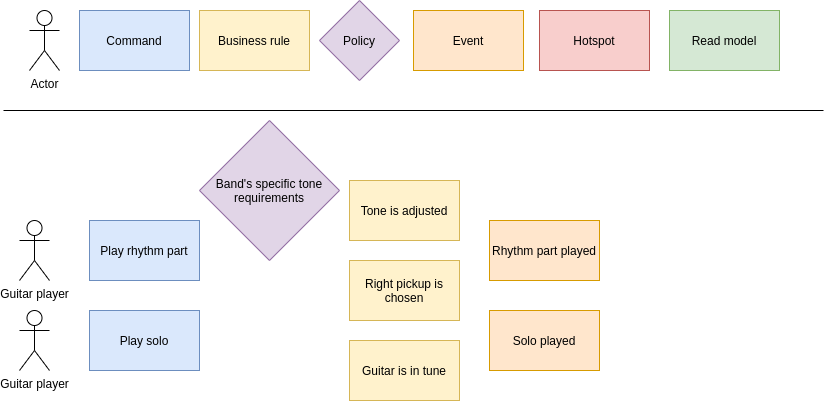
Above: guitar_dles.png in breader124/ddd-building-blocks (draw.io), before the change. Source tidied: cells renumbered, new cells last; positions are measured from the earlier drawing's top-left corner, leaving out a move shared by most shapes. The source it was exported from:
```xml
<mxGraphModel>
  <root>
    <mxCell id="0" />
    <mxCell id="1" parent="0" />
    <mxCell id="2" value="Command" style="rounded=0;whiteSpace=wrap;html=1;fillColor=#dae8fc;strokeColor=#6c8ebf;flipH=0;" parent="1" vertex="1">
      <mxGeometry x="76" y="10" width="110" height="60" as="geometry" />
    </mxCell>
    <mxCell id="3" value="Event" style="rounded=0;whiteSpace=wrap;html=1;fillColor=#ffe6cc;strokeColor=#d79b00;flipH=0;" parent="1" vertex="1">
      <mxGeometry x="410" y="10" width="110" height="60" as="geometry" />
    </mxCell>
    <mxCell id="4" value="Policy" style="rhombus;whiteSpace=wrap;html=1;fillColor=#e1d5e7;strokeColor=#9673a6;flipH=0;" parent="1" vertex="1">
      <mxGeometry x="316" width="80" height="80" as="geometry" />
    </mxCell>
    <mxCell id="5" value="Actor" style="shape=umlActor;verticalLabelPosition=bottom;verticalAlign=top;html=1;flipH=0;" parent="1" vertex="1">
      <mxGeometry x="26" y="10" width="30" height="60" as="geometry" />
    </mxCell>
    <mxCell id="6" value="Hotspot" style="rounded=0;whiteSpace=wrap;html=1;fillColor=#f8cecc;strokeColor=#b85450;flipH=0;" parent="1" vertex="1">
      <mxGeometry x="536" y="10" width="110" height="60" as="geometry" />
    </mxCell>
    <mxCell id="7" value="Business rule" style="rounded=0;whiteSpace=wrap;html=1;fillColor=#fff2cc;strokeColor=#d6b656;flipH=0;" parent="1" vertex="1">
      <mxGeometry x="196" y="10" width="110" height="60" as="geometry" />
    </mxCell>
    <mxCell id="8" style="endArrow=none;html=1;" parent="1" edge="1">
      <mxGeometry relative="1" as="geometry">
        <mxPoint y="110" as="sourcePoint" />
        <mxPoint x="820" y="110" as="targetPoint" />
      </mxGeometry>
    </mxCell>
    <mxCell id="9" value="Tone is adjusted" style="rounded=0;whiteSpace=wrap;html=1;fillColor=#fff2cc;strokeColor=#d6b656;flipH=0;" parent="1" vertex="1">
      <mxGeometry x="346" y="180" width="110" height="60" as="geometry" />
    </mxCell>
    <mxCell id="10" value="Right pickup is chosen" style="rounded=0;whiteSpace=wrap;html=1;fillColor=#fff2cc;strokeColor=#d6b656;flipH=0;" parent="1" vertex="1">
      <mxGeometry x="346" y="260" width="110" height="60" as="geometry" />
    </mxCell>
    <mxCell id="11" value="Guitar is in tune" style="rounded=0;whiteSpace=wrap;html=1;fillColor=#fff2cc;strokeColor=#d6b656;flipH=0;" parent="1" vertex="1">
      <mxGeometry x="346" y="340" width="110" height="60" as="geometry" />
    </mxCell>
    <mxCell id="12" value="Play rhythm part" style="rounded=0;whiteSpace=wrap;html=1;fillColor=#dae8fc;strokeColor=#6c8ebf;flipH=0;" parent="1" vertex="1">
      <mxGeometry x="86" y="220" width="110" height="60" as="geometry" />
    </mxCell>
    <mxCell id="13" value="Play solo" style="rounded=0;whiteSpace=wrap;html=1;fillColor=#dae8fc;strokeColor=#6c8ebf;flipH=0;" parent="1" vertex="1">
      <mxGeometry x="86" y="310" width="110" height="60" as="geometry" />
    </mxCell>
    <mxCell id="14" value="Rhythm part played" style="rounded=0;whiteSpace=wrap;html=1;fillColor=#ffe6cc;strokeColor=#d79b00;flipH=0;" parent="1" vertex="1">
      <mxGeometry x="486" y="220" width="110" height="60" as="geometry" />
    </mxCell>
    <mxCell id="15" value="Solo played" style="rounded=0;whiteSpace=wrap;html=1;fillColor=#ffe6cc;strokeColor=#d79b00;flipH=0;" parent="1" vertex="1">
      <mxGeometry x="486" y="310" width="110" height="60" as="geometry" />
    </mxCell>
    <mxCell id="16" value="Band's specific tone requirements" style="rhombus;whiteSpace=wrap;html=1;fillColor=#e1d5e7;strokeColor=#9673a6;flipH=0;" parent="1" vertex="1">
      <mxGeometry x="196" y="120" width="140" height="140" as="geometry" />
    </mxCell>
    <mxCell id="17" value="Guitar player" style="shape=umlActor;verticalLabelPosition=bottom;verticalAlign=top;html=1;flipH=0;" parent="1" vertex="1">
      <mxGeometry x="16" y="220" width="30" height="60" as="geometry" />
    </mxCell>
    <mxCell id="18" value="Guitar player" style="shape=umlActor;verticalLabelPosition=bottom;verticalAlign=top;html=1;flipH=0;" parent="1" vertex="1">
      <mxGeometry x="16" y="310" width="30" height="60" as="geometry" />
    </mxCell>
    <mxCell id="19" value="Read model" style="rounded=0;whiteSpace=wrap;html=1;fillColor=#d5e8d4;strokeColor=#82b366;flipH=0;" parent="1" vertex="1">
      <mxGeometry x="666" y="10" width="110" height="60" as="geometry" />
    </mxCell>
  </root>
</mxGraphModel>
```
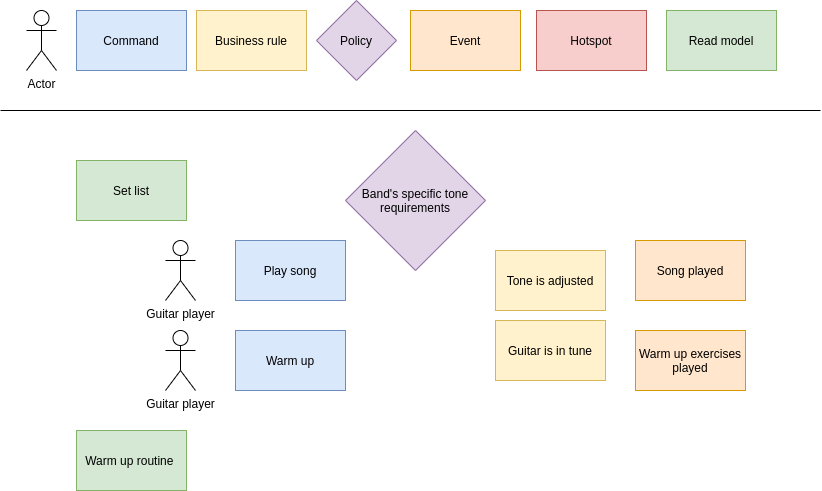
The same diagram one commit later.

The edit, as a diff of the source:
```diff
@@ -27,37 +27,40 @@
       </mxGeometry>
     </mxCell>
     <mxCell id="9" value="Tone is adjusted" style="rounded=0;whiteSpace=wrap;html=1;fillColor=#fff2cc;strokeColor=#d6b656;flipH=0;" parent="1" vertex="1">
-      <mxGeometry x="346" y="180" width="110" height="60" as="geometry" />
+      <mxGeometry x="495" y="250" width="110" height="60" as="geometry" />
     </mxCell>
-    <mxCell id="10" value="Right pickup is chosen" style="rounded=0;whiteSpace=wrap;html=1;fillColor=#fff2cc;strokeColor=#d6b656;flipH=0;" parent="1" vertex="1">
-      <mxGeometry x="346" y="260" width="110" height="60" as="geometry" />
-    </mxCell>
     <mxCell id="11" value="Guitar is in tune" style="rounded=0;whiteSpace=wrap;html=1;fillColor=#fff2cc;strokeColor=#d6b656;flipH=0;" parent="1" vertex="1">
-      <mxGeometry x="346" y="340" width="110" height="60" as="geometry" />
+      <mxGeometry x="495" y="320" width="110" height="60" as="geometry" />
     </mxCell>
-    <mxCell id="12" value="Play rhythm part" style="rounded=0;whiteSpace=wrap;html=1;fillColor=#dae8fc;strokeColor=#6c8ebf;flipH=0;" parent="1" vertex="1">
-      <mxGeometry x="86" y="220" width="110" height="60" as="geometry" />
+    <mxCell id="12" value="Warm up" style="rounded=0;whiteSpace=wrap;html=1;fillColor=#dae8fc;strokeColor=#6c8ebf;flipH=0;" parent="1" vertex="1">
+      <mxGeometry x="235" y="330" width="110" height="60" as="geometry" />
     </mxCell>
-    <mxCell id="13" value="Play solo" style="rounded=0;whiteSpace=wrap;html=1;fillColor=#dae8fc;strokeColor=#6c8ebf;flipH=0;" parent="1" vertex="1">
-      <mxGeometry x="86" y="310" width="110" height="60" as="geometry" />
+    <mxCell id="13" value="Play song" style="rounded=0;whiteSpace=wrap;html=1;fillColor=#dae8fc;strokeColor=#6c8ebf;flipH=0;" parent="1" vertex="1">
+      <mxGeometry x="235" y="240" width="110" height="60" as="geometry" />
     </mxCell>
-    <mxCell id="14" value="Rhythm part played" style="rounded=0;whiteSpace=wrap;html=1;fillColor=#ffe6cc;strokeColor=#d79b00;flipH=0;" parent="1" vertex="1">
-      <mxGeometry x="486" y="220" width="110" height="60" as="geometry" />
+    <mxCell id="14" value="Song played" style="rounded=0;whiteSpace=wrap;html=1;fillColor=#ffe6cc;strokeColor=#d79b00;flipH=0;" parent="1" vertex="1">
+      <mxGeometry x="635" y="240" width="110" height="60" as="geometry" />
     </mxCell>
-    <mxCell id="15" value="Solo played" style="rounded=0;whiteSpace=wrap;html=1;fillColor=#ffe6cc;strokeColor=#d79b00;flipH=0;" parent="1" vertex="1">
-      <mxGeometry x="486" y="310" width="110" height="60" as="geometry" />
+    <mxCell id="15" value="Warm up exercises played" style="rounded=0;whiteSpace=wrap;html=1;fillColor=#ffe6cc;strokeColor=#d79b00;flipH=0;" parent="1" vertex="1">
+      <mxGeometry x="635" y="330" width="110" height="60" as="geometry" />
     </mxCell>
     <mxCell id="16" value="Band's specific tone requirements" style="rhombus;whiteSpace=wrap;html=1;fillColor=#e1d5e7;strokeColor=#9673a6;flipH=0;" parent="1" vertex="1">
-      <mxGeometry x="196" y="120" width="140" height="140" as="geometry" />
+      <mxGeometry x="345" y="130" width="140" height="140" as="geometry" />
     </mxCell>
     <mxCell id="17" value="Guitar player" style="shape=umlActor;verticalLabelPosition=bottom;verticalAlign=top;html=1;flipH=0;" parent="1" vertex="1">
-      <mxGeometry x="16" y="220" width="30" height="60" as="geometry" />
+      <mxGeometry x="165" y="240" width="30" height="60" as="geometry" />
     </mxCell>
     <mxCell id="18" value="Guitar player" style="shape=umlActor;verticalLabelPosition=bottom;verticalAlign=top;html=1;flipH=0;" parent="1" vertex="1">
-      <mxGeometry x="16" y="310" width="30" height="60" as="geometry" />
+      <mxGeometry x="165" y="330" width="30" height="60" as="geometry" />
     </mxCell>
     <mxCell id="19" value="Read model" style="rounded=0;whiteSpace=wrap;html=1;fillColor=#d5e8d4;strokeColor=#82b366;flipH=0;" parent="1" vertex="1">
       <mxGeometry x="666" y="10" width="110" height="60" as="geometry" />
     </mxCell>
+    <mxCell id="20" value="Set list" style="rounded=0;whiteSpace=wrap;html=1;fillColor=#d5e8d4;strokeColor=#82b366;flipH=0;" parent="1" vertex="1">
+      <mxGeometry x="76" y="160" width="110" height="60" as="geometry" />
+    </mxCell>
+    <mxCell id="21" value="Warm up routine&amp;nbsp;" style="rounded=0;whiteSpace=wrap;html=1;fillColor=#d5e8d4;strokeColor=#82b366;flipH=0;" parent="1" vertex="1">
+      <mxGeometry x="76" y="430" width="110" height="60" as="geometry" />
+    </mxCell>
   </root>
 </mxGraphModel>
```
